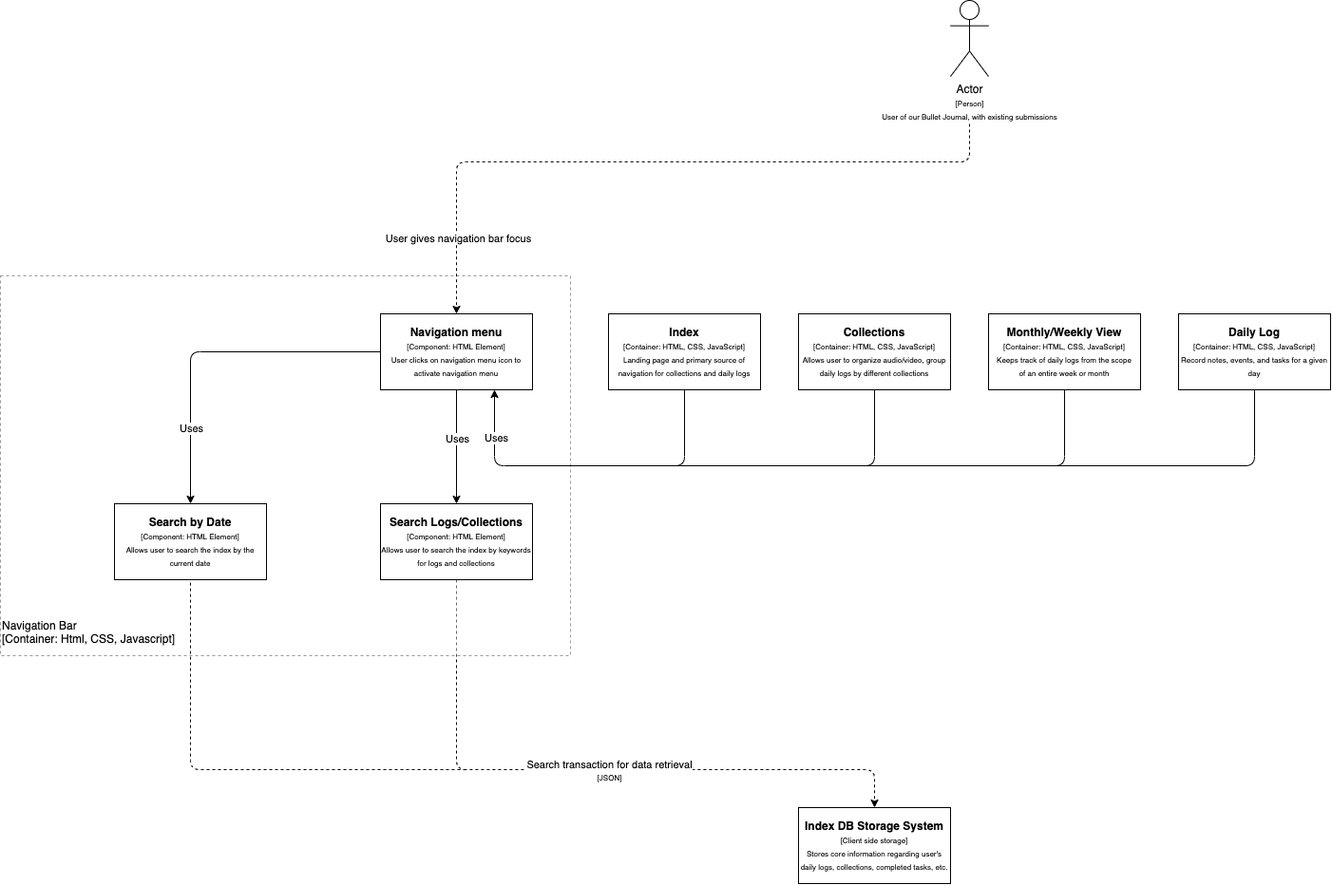
Above: specs/architecture/c4_component_diagram_search.drawio.png in will-chung/cse110-w21-group7 (draw.io), before the change. Source tidied: cells renumbered, new cells last; positions are measured from the earlier drawing's top-left corner, leaving out a move shared by most shapes.
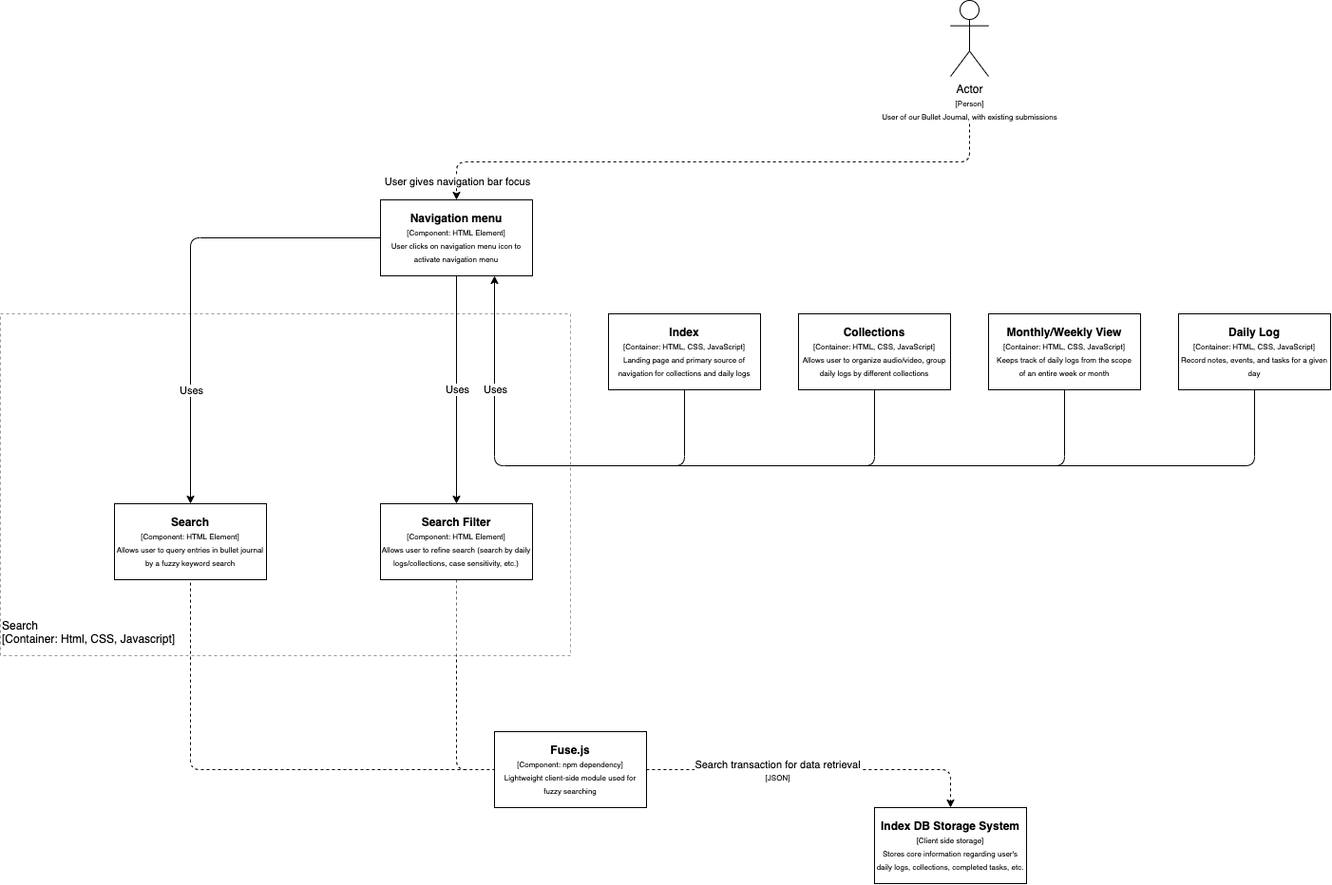
The same file after the commit.

Commit message:
Updated architecture diagrams to reflect changes to search

What changed in the source:
```diff
@@ -6,23 +6,23 @@
       <mxGeometry x="1000" width="40" height="80" as="geometry" />
     </mxCell>
     <mxCell id="3" value="&lt;b&gt;Index DB Storage System&lt;/b&gt;&lt;br&gt;&lt;font style=&quot;font-size: 8px&quot;&gt;[Client side storage]&lt;br&gt;Stores core information regarding user's daily logs, collections, completed tasks, etc.&lt;br&gt;&lt;/font&gt;" style="rounded=0;whiteSpace=wrap;html=1;" parent="1" vertex="1">
-      <mxGeometry x="840" y="850" width="160" height="80" as="geometry" />
+      <mxGeometry x="920" y="850" width="160" height="80" as="geometry" />
     </mxCell>
     <mxCell id="4" style="endArrow=classic;html=1;dashed=1;entryX=0.5;entryY=0;entryDx=0;entryDy=0;exitX=0.5;exitY=1;exitDx=0;exitDy=0;" parent="1" edge="1" source="19" target="3">
       <mxGeometry relative="1" as="geometry">
         <Array as="points">
           <mxPoint x="480" y="810" />
-          <mxPoint x="920" y="810" />
+          <mxPoint x="1000" y="810" />
         </Array>
       </mxGeometry>
     </mxCell>
     <mxCell id="5" value="Search transaction for data retrieval&lt;br&gt;&lt;font style=&quot;font-size: 8px&quot;&gt;[JSON]&lt;/font&gt;" style="edgeLabel;html=1;align=center;verticalAlign=middle;" parent="4" vertex="1">
       <mxGeometry x="-0.05" y="3" relative="1" as="geometry">
-        <mxPoint x="37.7" y="3" as="offset" />
+        <mxPoint x="177.1" y="3" as="offset" />
       </mxGeometry>
     </mxCell>
     <mxCell id="6" style="rounded=0;whiteSpace=wrap;html=1;dashed=1;opacity=40;strokeWidth=1;perimeterSpacing=1;shadow=0;glass=0;sketch=0;align=left;" parent="1" vertex="1">
-      <mxGeometry y="290" width="600" height="400" as="geometry" />
+      <mxGeometry y="330" width="600" height="360" as="geometry" />
     </mxCell>
     <mxCell id="7" value="&lt;b&gt;Index&lt;/b&gt;&lt;br&gt;&lt;font style=&quot;font-size: 8px&quot;&gt;[Container: HTML, CSS, JavaScript]&lt;br&gt;Landing page and primary source of&lt;br&gt;navigation for collections and daily logs&lt;br&gt;&lt;/font&gt;" style="rounded=0;whiteSpace=wrap;html=1;" parent="1" vertex="1">
       <mxGeometry x="640" y="330" width="160" height="80" as="geometry" />
@@ -37,7 +37,7 @@
       <mxGeometry x="840" y="330" width="160" height="80" as="geometry" />
     </mxCell>
     <mxCell id="11" value="&lt;b&gt;Navigation menu&lt;/b&gt;&lt;br&gt;&lt;font style=&quot;font-size: 8px&quot;&gt;[Component: HTML Element]&lt;br&gt;User clicks on navigation menu icon to activate navigation menu&lt;br&gt;&lt;/font&gt;" style="rounded=0;whiteSpace=wrap;html=1;" parent="1" vertex="1">
-      <mxGeometry x="400" y="330" width="160" height="80" as="geometry" />
+      <mxGeometry x="400" y="210" width="160" height="80" as="geometry" />
     </mxCell>
     <mxCell id="12" style="endArrow=classic;html=1;entryX=0.5;entryY=0;entryDx=0;entryDy=0;dashed=1;" parent="1" edge="1" target="11">
       <mxGeometry relative="1" as="geometry">
@@ -50,7 +50,7 @@
     </mxCell>
     <mxCell id="13" value="User gives navigation bar focus" style="edgeLabel;html=1;align=center;verticalAlign=middle;" parent="12" vertex="1">
       <mxGeometry x="-0.1" relative="1" as="geometry">
-        <mxPoint x="-247.1" y="80" as="offset" />
+        <mxPoint x="-300.9" y="20" as="offset" />
       </mxGeometry>
     </mxCell>
     <mxCell id="14" style="endArrow=classic;html=1;exitX=0.5;exitY=1;exitDx=0;exitDy=0;entryX=0.75;entryY=1;entryDx=0;entryDy=0;" parent="1" edge="1" source="7" target="11">
@@ -63,7 +63,7 @@
     </mxCell>
     <mxCell id="15" value="Uses" style="edgeLabel;html=1;align=center;verticalAlign=middle;" parent="14" vertex="1">
       <mxGeometry x="0.28" relative="1" as="geometry">
-        <mxPoint x="-49.4" y="-30" as="offset" />
+        <mxPoint y="-53.1" as="offset" />
       </mxGeometry>
     </mxCell>
     <mxCell id="16" style="endArrow=none;html=1;entryX=0.5;entryY=1;entryDx=0;entryDy=0;" parent="1" edge="1" target="10">
@@ -92,22 +92,22 @@
         </Array>
       </mxGeometry>
     </mxCell>
-    <mxCell id="19" value="&lt;b&gt;Search Logs/Collections&lt;/b&gt;&lt;br&gt;&lt;font style=&quot;font-size: 8px&quot;&gt;[Component: HTML Element]&lt;br&gt;Allows user to search the index by keywords for logs and collections&lt;br&gt;&lt;/font&gt;" style="rounded=0;whiteSpace=wrap;html=1;" parent="1" vertex="1">
+    <mxCell id="19" value="&lt;b&gt;Search Filter&lt;/b&gt;&lt;br&gt;&lt;font style=&quot;font-size: 8px&quot;&gt;[Component: HTML Element]&lt;br&gt;Allows user to refine search (search by daily logs/collections, case sensitivity, etc.)&lt;br&gt;&lt;/font&gt;" style="rounded=0;whiteSpace=wrap;html=1;" parent="1" vertex="1">
       <mxGeometry x="400" y="530" width="160" height="80" as="geometry" />
     </mxCell>
-    <mxCell id="20" value="&lt;b&gt;Search by Date&lt;/b&gt;&lt;br&gt;&lt;font style=&quot;font-size: 8px&quot;&gt;[Component: HTML Element]&lt;br&gt;Allows user to search the index by the current date&lt;br&gt;&lt;/font&gt;" style="rounded=0;whiteSpace=wrap;html=1;" parent="1" vertex="1">
+    <mxCell id="20" value="&lt;b&gt;Search&lt;/b&gt;&lt;br&gt;&lt;font style=&quot;font-size: 8px&quot;&gt;[Component: HTML Element]&lt;br&gt;Allows user to query entries in bullet journal by a fuzzy keyword search&lt;br&gt;&lt;/font&gt;" style="rounded=0;whiteSpace=wrap;html=1;" parent="1" vertex="1">
       <mxGeometry x="120" y="530" width="160" height="80" as="geometry" />
     </mxCell>
     <mxCell id="21" style="endArrow=classic;html=1;exitX=0;exitY=0.5;exitDx=0;exitDy=0;entryX=0.5;entryY=0;entryDx=0;entryDy=0;" parent="1" edge="1" source="11" target="20">
       <mxGeometry relative="1" as="geometry">
         <Array as="points">
-          <mxPoint x="200" y="370" />
+          <mxPoint x="200" y="250" />
         </Array>
       </mxGeometry>
     </mxCell>
     <mxCell id="22" value="Uses" style="edgeLabel;html=1;align=center;verticalAlign=middle;" parent="21" vertex="1">
       <mxGeometry x="0.64" relative="1" as="geometry">
-        <mxPoint y="-15.3" as="offset" />
+        <mxPoint y="-34.3" as="offset" />
       </mxGeometry>
     </mxCell>
     <mxCell id="23" style="endArrow=classic;html=1;exitX=0.5;exitY=1;exitDx=0;exitDy=0;entryX=0.5;entryY=0;entryDx=0;entryDy=0;" parent="1" edge="1" source="11" target="19">
@@ -115,7 +115,7 @@
     </mxCell>
     <mxCell id="24" value="Uses" style="edgeLabel;html=1;align=center;verticalAlign=middle;" parent="23" vertex="1">
       <mxGeometry x="0.2" y="4" relative="1" as="geometry">
-        <mxPoint x="-4" y="-21.8" as="offset" />
+        <mxPoint x="-4" y="-24.6" as="offset" />
       </mxGeometry>
     </mxCell>
     <mxCell id="25" style="endArrow=none;dashed=1;html=1;entryX=0.5;entryY=1;entryDx=0;entryDy=0;" parent="1" edge="1" target="20">
@@ -126,8 +126,11 @@
         </Array>
       </mxGeometry>
     </mxCell>
-    <mxCell id="26" value="Navigation Bar&lt;br&gt;[Container: Html, CSS, Javascript]" style="text;html=1;strokeColor=none;fillColor=none;align=left;verticalAlign=middle;whiteSpace=wrap;rounded=0;" parent="1" vertex="1">
+    <mxCell id="26" value="Search&lt;br&gt;[Container: Html, CSS, Javascript]" style="text;html=1;strokeColor=none;fillColor=none;align=left;verticalAlign=middle;whiteSpace=wrap;rounded=0;" parent="1" vertex="1">
       <mxGeometry y="640" width="190" height="50" as="geometry" />
     </mxCell>
+    <mxCell id="27" value="&lt;b&gt;Fuse.js&lt;/b&gt;&lt;br&gt;&lt;font style=&quot;font-size: 8px&quot;&gt;[Component: npm dependency]&lt;br&gt;Lightweight client-side module used for fuzzy searching&lt;br&gt;&lt;/font&gt;" style="rounded=0;whiteSpace=wrap;html=1;" parent="1" vertex="1">
+      <mxGeometry x="520" y="770" width="160" height="80" as="geometry" />
+    </mxCell>
   </root>
 </mxGraphModel>
```
